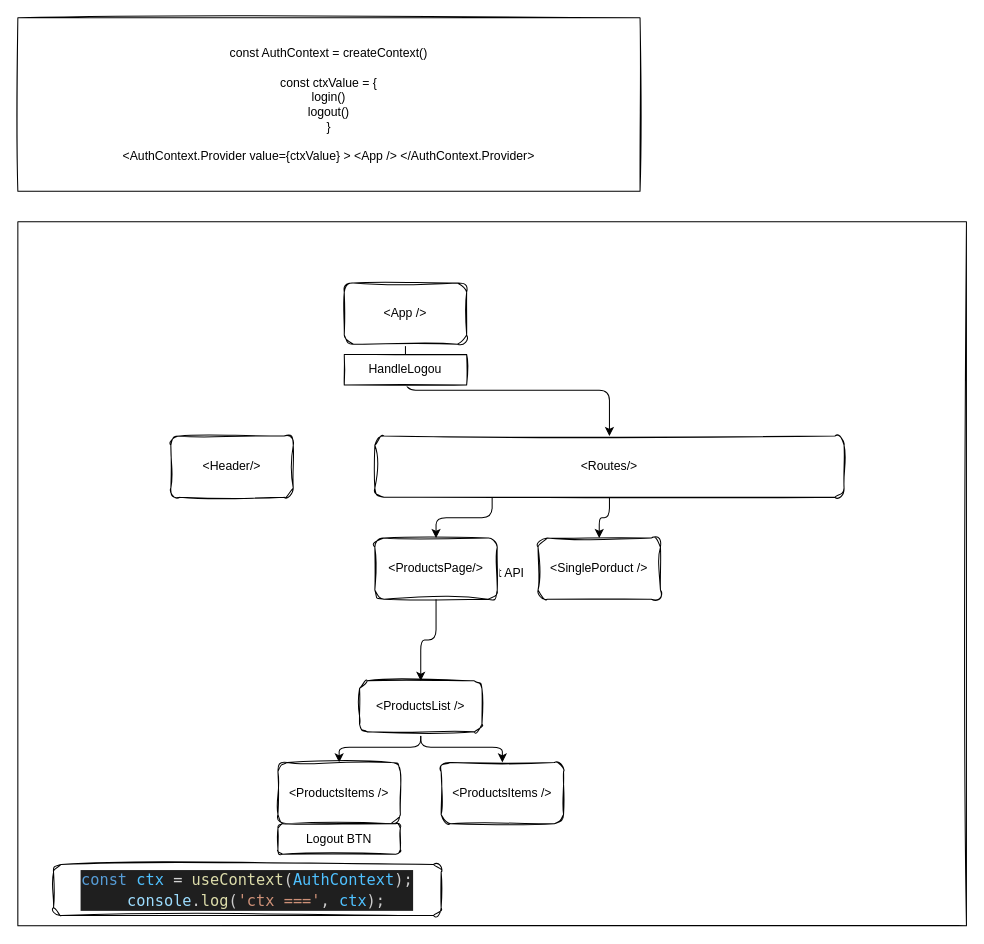
Earlier version of the draw.io diagram contex.drawio (MariusCodeAcademy/type19-11_react_formik_context_api). Source tidied: cells renumbered, new cells numbered last; positions are measured from the earlier drawing's top-left corner, leaving out a move shared by most shapes. Both pictures are drawn from the tidied source at 102%, with x=0, y=0 at pixel (17, 17).
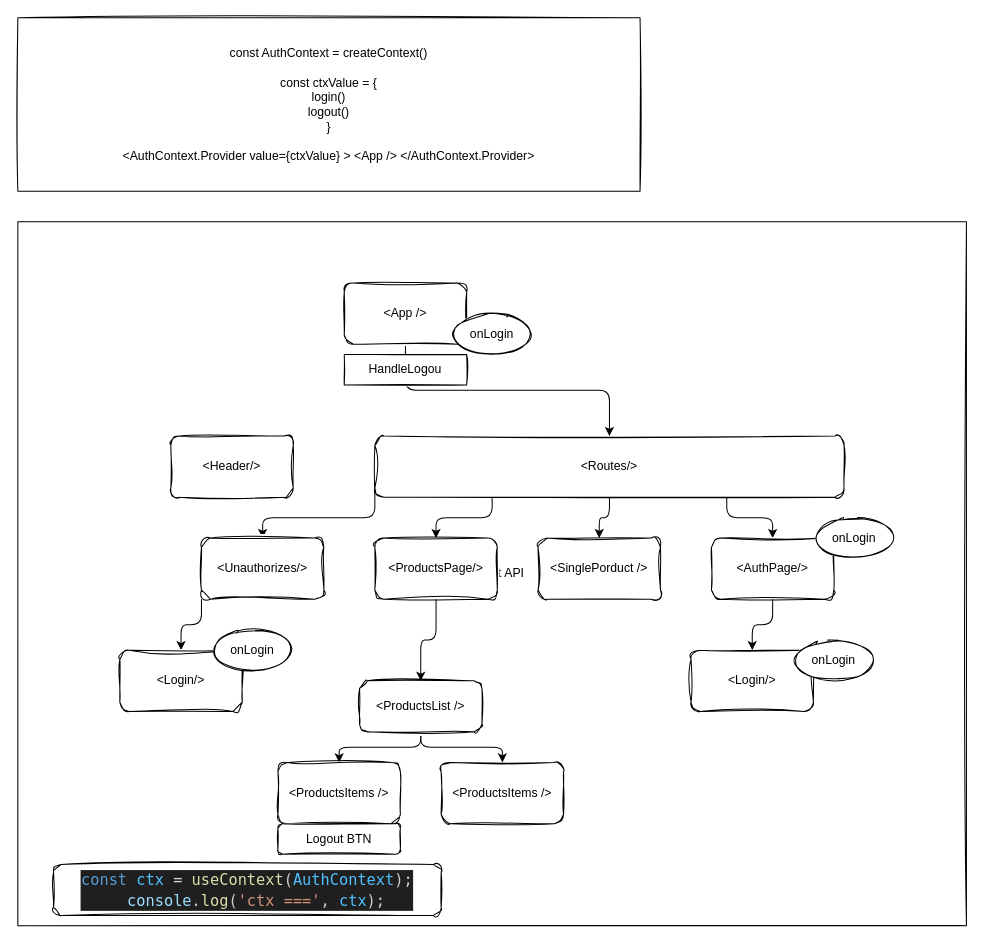
The same diagram, later.

Unchanged cells that the change refers to:
```xml
<mxCell id="8" value="&amp;lt;Routes/&amp;gt;" style="rounded=1;whiteSpace=wrap;html=1;sketch=1;curveFitting=1;jiggle=2;" parent="1" vertex="1">
  <mxGeometry x="350" y="410" width="460" height="60" as="geometry" />
</mxCell>
```

The edit, as a diff of the source:
```diff
@@
+    <mxCell id="21" style="edgeStyle=orthogonalEdgeStyle;html=1;exitX=0.75;exitY=1;exitDx=0;exitDy=0;entryX=0.5;entryY=0;entryDx=0;entryDy=0;" parent="1" edge="1" source="8" target="24">
+      <mxGeometry relative="1" as="geometry" />
+    </mxCell>
+    <mxCell id="22" style="edgeStyle=orthogonalEdgeStyle;html=1;exitX=0;exitY=0.75;exitDx=0;exitDy=0;" parent="1" edge="1" source="8" target="30">
+      <mxGeometry relative="1" as="geometry">
+        <Array as="points">
+          <mxPoint x="350" y="490" />
+          <mxPoint x="240" y="490" />
+        </Array>
+      </mxGeometry>
+    </mxCell>
@@
+    <mxCell id="23" style="edgeStyle=orthogonalEdgeStyle;html=1;" parent="1" edge="1" source="24" target="25">
+      <mxGeometry relative="1" as="geometry" />
+    </mxCell>
+    <mxCell id="24" value="&amp;lt;AuthPage/&amp;gt;" style="rounded=1;whiteSpace=wrap;html=1;sketch=1;curveFitting=1;jiggle=2;" parent="1" vertex="1">
+      <mxGeometry x="680" y="510" width="120" height="60" as="geometry" />
+    </mxCell>
+    <mxCell id="25" value="&amp;lt;Login/&amp;gt;" style="rounded=1;whiteSpace=wrap;html=1;sketch=1;curveFitting=1;jiggle=2;" parent="1" vertex="1">
+      <mxGeometry x="660" y="620" width="120" height="60" as="geometry" />
+    </mxCell>
+    <mxCell id="26" value="onLogin" style="ellipse;whiteSpace=wrap;html=1;rounded=1;sketch=1;" parent="1" vertex="1">
+      <mxGeometry x="780" y="490" width="80" height="40" as="geometry" />
+    </mxCell>
+    <mxCell id="27" value="onLogin" style="ellipse;whiteSpace=wrap;html=1;rounded=1;sketch=1;" parent="1" vertex="1">
+      <mxGeometry x="760" y="610" width="80" height="40" as="geometry" />
+    </mxCell>
+    <mxCell id="28" value="onLogin" style="ellipse;whiteSpace=wrap;html=1;rounded=1;sketch=1;" parent="1" vertex="1">
+      <mxGeometry x="425" y="290" width="80" height="40" as="geometry" />
+    </mxCell>
+    <mxCell id="29" style="edgeStyle=orthogonalEdgeStyle;html=1;exitX=0;exitY=1;exitDx=0;exitDy=0;" parent="1" edge="1" source="30" target="31">
+      <mxGeometry relative="1" as="geometry" />
+    </mxCell>
+    <mxCell id="30" value="&amp;lt;Unauthorizes/&amp;gt;" style="rounded=1;whiteSpace=wrap;html=1;sketch=1;curveFitting=1;jiggle=2;" parent="1" vertex="1">
+      <mxGeometry x="180" y="510" width="120" height="60" as="geometry" />
+    </mxCell>
+    <mxCell id="31" value="&amp;lt;Login/&amp;gt;" style="rounded=1;whiteSpace=wrap;html=1;sketch=1;curveFitting=1;jiggle=2;" parent="1" vertex="1">
+      <mxGeometry x="100" y="620" width="120" height="60" as="geometry" />
+    </mxCell>
+    <mxCell id="32" value="onLogin" style="ellipse;whiteSpace=wrap;html=1;rounded=1;sketch=1;" parent="1" vertex="1">
+      <mxGeometry x="190" y="600" width="80" height="40" as="geometry" />
+    </mxCell>
```
